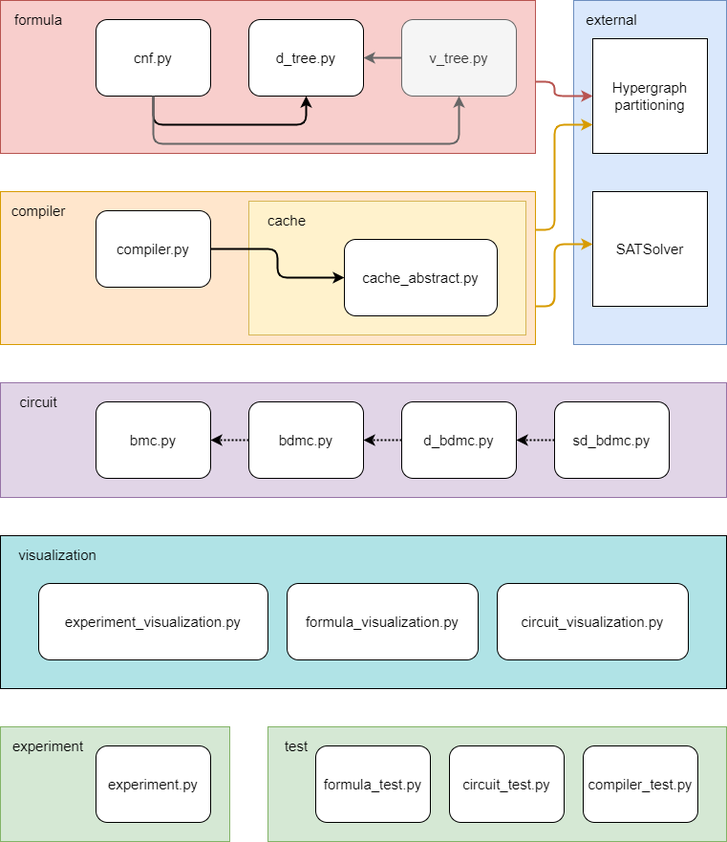
This is images/modules.png from Illner/Cara, a draw.io export, as it was before one commit. Source tidied: cells renumbered, new cells last; positions are measured from the earlier drawing's top-left corner, leaving out a move shared by most shapes.
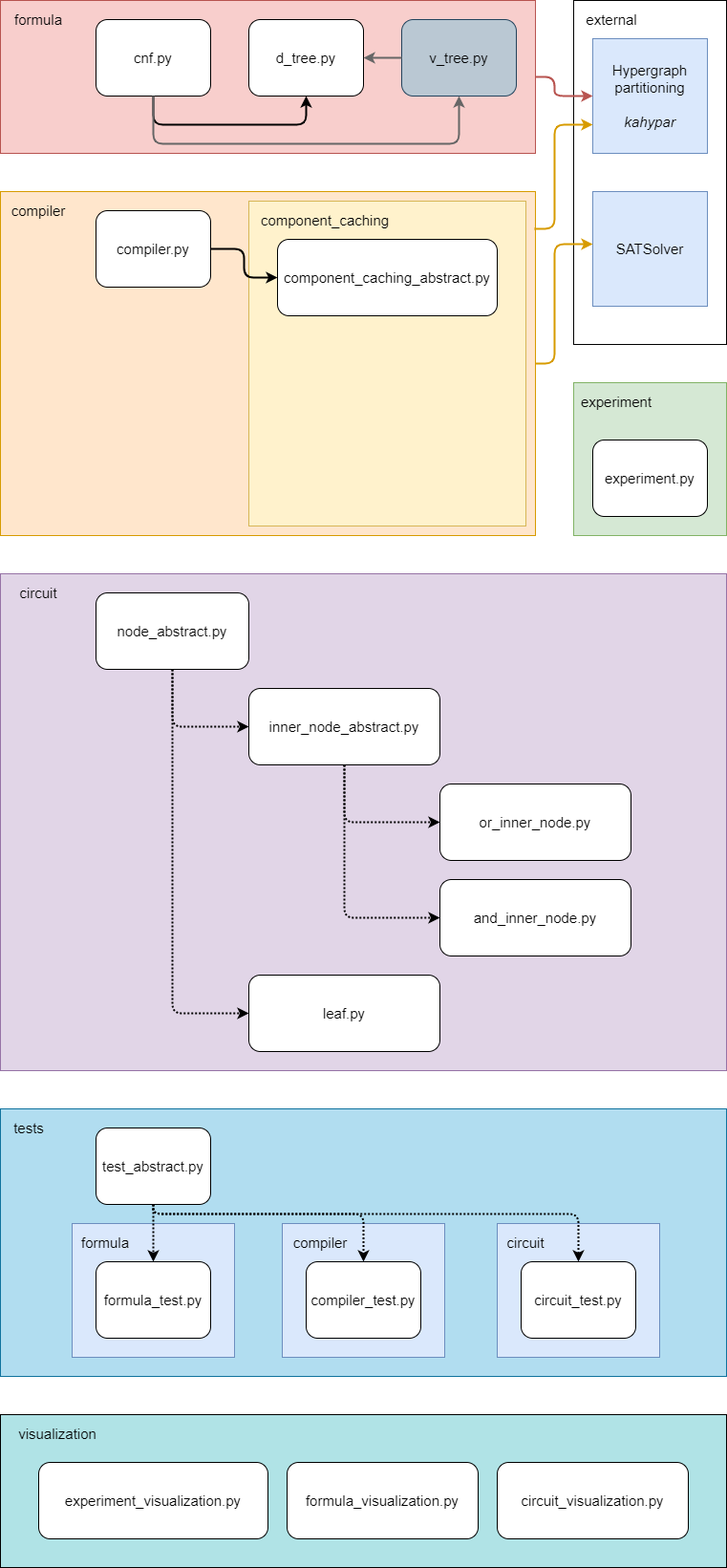
After the commit.

What changed in the source:
```diff
@@ -12,7 +12,7 @@
       <mxGeometry x="100" y="20" width="120" height="80" as="geometry" />
     </mxCell>
     <mxCell id="5" style="rounded=0;whiteSpace=wrap;html=1;fontSize=15;fillColor=#ffe6cc;strokeColor=#d79b00;" parent="1" vertex="1">
-      <mxGeometry y="200" width="560" height="160" as="geometry" />
+      <mxGeometry y="200" width="560" height="360" as="geometry" />
     </mxCell>
     <mxCell id="6" value="compiler" style="text;html=1;strokeColor=none;fillColor=none;align=center;verticalAlign=middle;whiteSpace=wrap;rounded=0;fontSize=15;" parent="1" vertex="1">
       <mxGeometry x="20" y="210" width="40" height="20" as="geometry" />
@@ -21,16 +21,16 @@
       <mxGeometry x="100" y="220" width="120" height="80" as="geometry" />
     </mxCell>
     <mxCell id="8" style="rounded=0;whiteSpace=wrap;html=1;fontSize=15;fillColor=#e1d5e7;strokeColor=#9673a6;" parent="1" vertex="1">
-      <mxGeometry y="400" width="760" height="120" as="geometry" />
+      <mxGeometry y="600" width="760" height="520" as="geometry" />
     </mxCell>
     <mxCell id="9" value="circuit" style="text;html=1;strokeColor=none;fillColor=none;align=center;verticalAlign=middle;whiteSpace=wrap;rounded=0;fontSize=15;" parent="1" vertex="1">
-      <mxGeometry x="20" y="410" width="40" height="20" as="geometry" />
+      <mxGeometry x="20" y="610" width="40" height="20" as="geometry" />
     </mxCell>
-    <mxCell id="10" value="bmc.py" style="rounded=1;whiteSpace=wrap;html=1;fontSize=15;" parent="1" vertex="1">
-      <mxGeometry x="100" y="420" width="120" height="80" as="geometry" />
+    <mxCell id="10" value="node_abstract.py" style="rounded=1;whiteSpace=wrap;html=1;fontSize=15;" parent="1" vertex="1">
+      <mxGeometry x="100" y="620" width="160" height="80" as="geometry" />
     </mxCell>
-    <mxCell id="11" value="bdmc.py" style="rounded=1;whiteSpace=wrap;html=1;fontSize=15;" parent="1" vertex="1">
-      <mxGeometry x="260" y="420" width="120" height="80" as="geometry" />
+    <mxCell id="11" value="inner_node_abstract.py" style="rounded=1;whiteSpace=wrap;html=1;fontSize=15;" parent="1" vertex="1">
+      <mxGeometry x="260" y="720" width="200" height="80" as="geometry" />
     </mxCell>
     <mxCell id="12" value="d_tree.py" style="rounded=1;whiteSpace=wrap;html=1;fontSize=15;" parent="1" vertex="1">
       <mxGeometry x="260" y="20" width="120" height="80" as="geometry" />
@@ -44,7 +44,7 @@
         </Array>
       </mxGeometry>
     </mxCell>
-    <mxCell id="14" value="v_tree.py" style="rounded=1;whiteSpace=wrap;html=1;fontSize=15;fillColor=#f5f5f5;strokeColor=#666666;fontColor=#333333;" parent="1" vertex="1">
+    <mxCell id="14" value="v_tree.py" style="rounded=1;whiteSpace=wrap;html=1;fontSize=15;fillColor=#bac8d3;strokeColor=#23445d;" parent="1" vertex="1">
       <mxGeometry x="420" y="20" width="120" height="80" as="geometry" />
     </mxCell>
     <mxCell id="15" style="edgeStyle=elbowEdgeStyle;elbow=horizontal;endArrow=classic;html=1;strokeWidth=2;fontSize=15;exitX=0.5;exitY=1;exitDx=0;exitDy=0;entryX=0.5;entryY=1;entryDx=0;entryDy=0;fillColor=#f5f5f5;strokeColor=#666666;" parent="1" edge="1" source="4" target="14">
@@ -58,40 +58,38 @@
       <mxGeometry relative="1" as="geometry" />
     </mxCell>
     <mxCell id="17" style="rounded=0;whiteSpace=wrap;html=1;fontSize=15;fillColor=#fff2cc;strokeColor=#d6b656;" parent="1" vertex="1">
-      <mxGeometry x="260" y="210" width="290" height="140" as="geometry" />
+      <mxGeometry x="260" y="210" width="290" height="340" as="geometry" />
     </mxCell>
-    <mxCell id="18" value="cache" style="text;html=1;strokeColor=none;fillColor=none;align=center;verticalAlign=middle;whiteSpace=wrap;rounded=0;fontSize=15;" parent="1" vertex="1">
-      <mxGeometry x="280" y="220" width="40" height="20" as="geometry" />
+    <mxCell id="18" value="component_caching" style="text;html=1;strokeColor=none;fillColor=none;align=center;verticalAlign=middle;whiteSpace=wrap;rounded=0;fontSize=15;" parent="1" vertex="1">
+      <mxGeometry x="320" y="220" width="40" height="20" as="geometry" />
     </mxCell>
-    <mxCell id="19" value="cache_abstract.py" style="rounded=1;whiteSpace=wrap;html=1;fontSize=15;" parent="1" vertex="1">
-      <mxGeometry x="360" y="250" width="160" height="80" as="geometry" />
+    <mxCell id="19" value="component_caching_abstract.py" style="rounded=1;whiteSpace=wrap;html=1;fontSize=15;" parent="1" vertex="1">
+      <mxGeometry x="290" y="250" width="230" height="80" as="geometry" />
     </mxCell>
     <mxCell id="20" style="edgeStyle=elbowEdgeStyle;elbow=horizontal;endArrow=classic;html=1;strokeWidth=2;fontSize=15;exitX=1;exitY=0.5;exitDx=0;exitDy=0;entryX=0;entryY=0.5;entryDx=0;entryDy=0;" parent="1" edge="1" source="7" target="19">
       <mxGeometry relative="1" as="geometry" />
     </mxCell>
-    <mxCell id="21" style="rounded=0;whiteSpace=wrap;html=1;fontSize=15;fillColor=#dae8fc;strokeColor=#6c8ebf;" parent="1" vertex="1">
+    <mxCell id="21" style="rounded=0;whiteSpace=wrap;html=1;fontSize=15;" parent="1" vertex="1">
       <mxGeometry x="600" width="160" height="360" as="geometry" />
     </mxCell>
     <mxCell id="22" value="external" style="text;html=1;strokeColor=none;fillColor=none;align=center;verticalAlign=middle;whiteSpace=wrap;rounded=0;fontSize=15;" parent="1" vertex="1">
       <mxGeometry x="620" y="10" width="40" height="20" as="geometry" />
     </mxCell>
-    <mxCell id="23" value="Hypergraph partitioning" style="rounded=0;whiteSpace=wrap;html=1;fontSize=15;" parent="1" vertex="1">
+    <mxCell id="23" value="Hypergraph partitioning&lt;br&gt;&lt;br&gt;&lt;i&gt;kahypar&lt;/i&gt;" style="rounded=0;whiteSpace=wrap;html=1;fontSize=15;fillColor=#dae8fc;strokeColor=#6c8ebf;" parent="1" vertex="1">
       <mxGeometry x="620" y="40" width="120" height="120" as="geometry" />
     </mxCell>
-    <mxCell id="24" value="SATSolver" style="rounded=0;whiteSpace=wrap;html=1;fontSize=15;" parent="1" vertex="1">
+    <mxCell id="24" value="SATSolver" style="rounded=0;whiteSpace=wrap;html=1;fontSize=15;fillColor=#dae8fc;strokeColor=#6c8ebf;" parent="1" vertex="1">
       <mxGeometry x="620" y="200" width="120" height="120" as="geometry" />
     </mxCell>
-    <mxCell id="25" style="edgeStyle=elbowEdgeStyle;elbow=horizontal;endArrow=classic;html=1;strokeWidth=2;fontSize=15;entryX=0;entryY=0.5;entryDx=0;entryDy=0;fillColor=#f8cecc;strokeColor=#b85450;" parent="1" edge="1" target="23">
+    <mxCell id="25" style="edgeStyle=elbowEdgeStyle;elbow=horizontal;endArrow=classic;html=1;strokeWidth=2;fontSize=15;entryX=0;entryY=0.5;entryDx=0;entryDy=0;fillColor=#f8cecc;strokeColor=#b85450;exitX=1;exitY=0.5;exitDx=0;exitDy=0;" parent="1" edge="1" source="2" target="23">
       <mxGeometry relative="1" as="geometry">
-        <mxPoint x="560" y="85" as="sourcePoint" />
         <Array as="points">
           <mxPoint x="580" y="100" />
         </Array>
       </mxGeometry>
     </mxCell>
-    <mxCell id="26" style="edgeStyle=elbowEdgeStyle;elbow=horizontal;endArrow=classic;html=1;strokeWidth=2;fontSize=15;entryX=0;entryY=0.75;entryDx=0;entryDy=0;fillColor=#ffe6cc;strokeColor=#d79b00;" parent="1" edge="1" target="23">
+    <mxCell id="26" style="edgeStyle=elbowEdgeStyle;elbow=horizontal;endArrow=classic;html=1;strokeWidth=2;fontSize=15;entryX=0;entryY=0.75;entryDx=0;entryDy=0;fillColor=#ffe6cc;strokeColor=#d79b00;exitX=0.998;exitY=0.108;exitDx=0;exitDy=0;exitPerimeter=0;" parent="1" edge="1" source="5" target="23">
       <mxGeometry relative="1" as="geometry">
-        <mxPoint x="560" y="240" as="sourcePoint" />
         <Array as="points">
           <mxPoint x="580" y="190" />
           <mxPoint x="570" y="210" />
@@ -99,7 +97,7 @@
         </Array>
       </mxGeometry>
     </mxCell>
-    <mxCell id="27" style="edgeStyle=elbowEdgeStyle;elbow=horizontal;endArrow=classic;html=1;strokeWidth=2;fontSize=15;exitX=1;exitY=0.75;exitDx=0;exitDy=0;fillColor=#ffe6cc;strokeColor=#d79b00;" parent="1" edge="1" source="5">
+    <mxCell id="27" style="edgeStyle=elbowEdgeStyle;elbow=horizontal;endArrow=classic;html=1;strokeWidth=2;fontSize=15;exitX=1;exitY=0.5;exitDx=0;exitDy=0;fillColor=#ffe6cc;strokeColor=#d79b00;" parent="1" edge="1" source="5">
       <mxGeometry relative="1" as="geometry">
         <mxPoint x="620" y="255" as="targetPoint" />
         <Array as="points">
@@ -107,59 +105,121 @@
         </Array>
       </mxGeometry>
     </mxCell>
-    <mxCell id="28" value="d_bdmc.py" style="rounded=1;whiteSpace=wrap;html=1;fontSize=15;" parent="1" vertex="1">
-      <mxGeometry x="420" y="420" width="120" height="80" as="geometry" />
-    </mxCell>
-    <mxCell id="29" style="endArrow=classic;html=1;strokeWidth=2;fontSize=15;rounded=1;entryX=1;entryY=0.5;entryDx=0;entryDy=0;exitX=0;exitY=0.5;exitDx=0;exitDy=0;dashed=1;dashPattern=1 1;" parent="1" edge="1" source="11" target="10">
-      <mxGeometry relative="1" as="geometry" />
-    </mxCell>
-    <mxCell id="30" style="endArrow=classic;html=1;dashed=1;dashPattern=1 1;strokeColor=#000000;strokeWidth=2;fontSize=15;entryX=1;entryY=0.5;entryDx=0;entryDy=0;exitX=0;exitY=0.5;exitDx=0;exitDy=0;" parent="1" edge="1" source="28" target="11">
-      <mxGeometry relative="1" as="geometry" />
-    </mxCell>
-    <mxCell id="31" value="sd_bdmc.py" style="rounded=1;whiteSpace=wrap;html=1;fontSize=15;" parent="1" vertex="1">
-      <mxGeometry x="580" y="420" width="120" height="80" as="geometry" />
-    </mxCell>
-    <mxCell id="32" style="endArrow=classic;html=1;dashed=1;dashPattern=1 1;strokeColor=#000000;strokeWidth=2;fontSize=15;entryX=1;entryY=0.5;entryDx=0;entryDy=0;exitX=0;exitY=0.5;exitDx=0;exitDy=0;" parent="1" edge="1" source="31" target="28">
-      <mxGeometry relative="1" as="geometry" />
-    </mxCell>
     <mxCell id="33" style="rounded=0;whiteSpace=wrap;html=1;fontSize=15;fillColor=#d5e8d4;strokeColor=#82b366;" parent="1" vertex="1">
-      <mxGeometry y="760" width="240" height="120" as="geometry" />
+      <mxGeometry x="600" y="400" width="160" height="160" as="geometry" />
     </mxCell>
     <mxCell id="34" value="experiment" style="text;html=1;strokeColor=none;fillColor=none;align=center;verticalAlign=middle;whiteSpace=wrap;rounded=0;fontSize=15;" parent="1" vertex="1">
-      <mxGeometry x="30" y="770" width="40" height="20" as="geometry" />
+      <mxGeometry x="625" y="410" width="40" height="20" as="geometry" />
     </mxCell>
     <mxCell id="35" value="experiment.py" style="rounded=1;whiteSpace=wrap;html=1;fontSize=15;" parent="1" vertex="1">
-      <mxGeometry x="100" y="780" width="120" height="80" as="geometry" />
+      <mxGeometry x="620" y="460" width="120" height="80" as="geometry" />
     </mxCell>
     <mxCell id="36" style="rounded=0;whiteSpace=wrap;html=1;fontSize=15;fillColor=#b0e3e6;" parent="1" vertex="1">
-      <mxGeometry y="560" width="760" height="160" as="geometry" />
+      <mxGeometry y="1480" width="760" height="160" as="geometry" />
     </mxCell>
     <mxCell id="37" value="visualization" style="text;html=1;strokeColor=none;fillColor=none;align=center;verticalAlign=middle;whiteSpace=wrap;rounded=0;fontSize=15;" parent="1" vertex="1">
-      <mxGeometry x="40" y="570" width="40" height="20" as="geometry" />
+      <mxGeometry x="40" y="1490" width="40" height="20" as="geometry" />
     </mxCell>
     <mxCell id="38" value="experiment_visualization.py" style="rounded=1;whiteSpace=wrap;html=1;fontSize=15;" parent="1" vertex="1">
-      <mxGeometry x="40" y="610" width="240" height="80" as="geometry" />
+      <mxGeometry x="40" y="1530" width="240" height="80" as="geometry" />
     </mxCell>
     <mxCell id="39" value="formula_visualization.py" style="rounded=1;whiteSpace=wrap;html=1;fontSize=15;" parent="1" vertex="1">
-      <mxGeometry x="300" y="610" width="200" height="80" as="geometry" />
+      <mxGeometry x="300" y="1530" width="200" height="80" as="geometry" />
     </mxCell>
     <mxCell id="40" value="circuit_visualization.py" style="rounded=1;whiteSpace=wrap;html=1;fontSize=15;" parent="1" vertex="1">
-      <mxGeometry x="520" y="610" width="200" height="80" as="geometry" />
+      <mxGeometry x="520" y="1530" width="200" height="80" as="geometry" />
     </mxCell>
-    <mxCell id="41" style="rounded=0;whiteSpace=wrap;html=1;fontSize=15;fillColor=#d5e8d4;strokeColor=#82b366;" parent="1" vertex="1">
-      <mxGeometry x="280" y="760" width="480" height="120" as="geometry" />
+    <mxCell id="41" style="rounded=0;whiteSpace=wrap;html=1;fontSize=15;fillColor=#b1ddf0;strokeColor=#10739e;" parent="1" vertex="1">
+      <mxGeometry y="1160" width="760" height="280" as="geometry" />
     </mxCell>
-    <mxCell id="42" value="test" style="text;html=1;strokeColor=none;fillColor=none;align=center;verticalAlign=middle;whiteSpace=wrap;rounded=0;fontSize=15;" parent="1" vertex="1">
-      <mxGeometry x="290" y="770" width="40" height="20" as="geometry" />
+    <mxCell id="42" value="tests" style="text;html=1;strokeColor=none;fillColor=none;align=center;verticalAlign=middle;whiteSpace=wrap;rounded=0;fontSize=15;" parent="1" vertex="1">
+      <mxGeometry x="10" y="1170" width="40" height="20" as="geometry" />
     </mxCell>
-    <mxCell id="43" value="formula_test.py" style="rounded=1;whiteSpace=wrap;html=1;fontSize=15;" parent="1" vertex="1">
-      <mxGeometry x="330" y="780" width="120" height="80" as="geometry" />
+    <mxCell id="43" value="test_abstract.py" style="rounded=1;whiteSpace=wrap;html=1;fontSize=15;" parent="1" vertex="1">
+      <mxGeometry x="100" y="1180" width="120" height="80" as="geometry" />
     </mxCell>
+    <mxCell id="46" style="rounded=0;whiteSpace=wrap;html=1;strokeColor=#6c8ebf;fillColor=#dae8fc;" parent="1" vertex="1">
+      <mxGeometry x="75" y="1280" width="170" height="140" as="geometry" />
+    </mxCell>
+    <mxCell id="47" value="formula_test.py" style="rounded=1;whiteSpace=wrap;html=1;fontSize=15;" parent="1" vertex="1">
+      <mxGeometry x="100" y="1320" width="120" height="80" as="geometry" />
+    </mxCell>
+    <mxCell id="48" value="formula" style="text;html=1;strokeColor=none;fillColor=none;align=center;verticalAlign=middle;whiteSpace=wrap;rounded=0;fontSize=15;" parent="1" vertex="1">
+      <mxGeometry x="90" y="1290" width="40" height="20" as="geometry" />
+    </mxCell>
+    <mxCell id="49" style="rounded=0;whiteSpace=wrap;html=1;strokeColor=#6c8ebf;fillColor=#dae8fc;" parent="1" vertex="1">
+      <mxGeometry x="295" y="1280" width="170" height="140" as="geometry" />
+    </mxCell>
+    <mxCell id="50" style="rounded=0;whiteSpace=wrap;html=1;strokeColor=#6c8ebf;fillColor=#dae8fc;" parent="1" vertex="1">
+      <mxGeometry x="520" y="1280" width="170" height="140" as="geometry" />
+    </mxCell>
     <mxCell id="44" value="circuit_test.py" style="rounded=1;whiteSpace=wrap;html=1;fontSize=15;" parent="1" vertex="1">
-      <mxGeometry x="470" y="780" width="120" height="80" as="geometry" />
+      <mxGeometry x="545" y="1320" width="120" height="80" as="geometry" />
     </mxCell>
     <mxCell id="45" value="compiler_test.py" style="rounded=1;whiteSpace=wrap;html=1;fontSize=15;" parent="1" vertex="1">
-      <mxGeometry x="610" y="780" width="120" height="80" as="geometry" />
+      <mxGeometry x="320" y="1320" width="120" height="80" as="geometry" />
     </mxCell>
+    <mxCell id="51" value="compiler" style="text;html=1;strokeColor=none;fillColor=none;align=center;verticalAlign=middle;whiteSpace=wrap;rounded=0;fontSize=15;" parent="1" vertex="1">
+      <mxGeometry x="315" y="1290" width="40" height="20" as="geometry" />
+    </mxCell>
+    <mxCell id="52" value="circuit" style="text;html=1;strokeColor=none;fillColor=none;align=center;verticalAlign=middle;whiteSpace=wrap;rounded=0;fontSize=15;" parent="1" vertex="1">
+      <mxGeometry x="530" y="1290" width="40" height="20" as="geometry" />
+    </mxCell>
+    <mxCell id="53" style="edgeStyle=elbowEdgeStyle;elbow=vertical;endArrow=classic;html=1;fontColor=#FFFFFF;exitX=0.5;exitY=1;exitDx=0;exitDy=0;entryX=0.5;entryY=0;entryDx=0;entryDy=0;strokeWidth=2;dashed=1;dashPattern=1 1;" parent="1" edge="1" source="43" target="45">
+      <mxGeometry relative="1" as="geometry">
+        <Array as="points">
+          <mxPoint x="270" y="1270" />
+        </Array>
+      </mxGeometry>
+    </mxCell>
+    <mxCell id="54" style="edgeStyle=elbowEdgeStyle;elbow=vertical;endArrow=classic;html=1;fontColor=#FFFFFF;exitX=0.5;exitY=1;exitDx=0;exitDy=0;entryX=0.5;entryY=0;entryDx=0;entryDy=0;strokeWidth=2;dashed=1;dashPattern=1 1;" parent="1" edge="1" source="43" target="44">
+      <mxGeometry relative="1" as="geometry">
+        <Array as="points">
+          <mxPoint x="370" y="1270" />
+          <mxPoint x="430" y="1200" />
+        </Array>
+      </mxGeometry>
+    </mxCell>
+    <mxCell id="55" style="endArrow=classic;html=1;dashed=1;dashPattern=1 1;strokeWidth=2;fontColor=#FFFFFF;exitX=0.5;exitY=1;exitDx=0;exitDy=0;entryX=0.5;entryY=0;entryDx=0;entryDy=0;" parent="1" edge="1" source="43" target="47">
+      <mxGeometry relative="1" as="geometry" />
+    </mxCell>
+    <mxCell id="56" value="or_inner_node.py" style="rounded=1;whiteSpace=wrap;html=1;fontSize=15;" parent="1" vertex="1">
+      <mxGeometry x="460" y="820" width="200" height="80" as="geometry" />
+    </mxCell>
+    <mxCell id="57" value="and_inner_node.py" style="rounded=1;whiteSpace=wrap;html=1;fontSize=15;" parent="1" vertex="1">
+      <mxGeometry x="460" y="920" width="200" height="80" as="geometry" />
+    </mxCell>
+    <mxCell id="58" value="leaf.py" style="rounded=1;whiteSpace=wrap;html=1;fontSize=15;" parent="1" vertex="1">
+      <mxGeometry x="260" y="1020" width="200" height="80" as="geometry" />
+    </mxCell>
+    <mxCell id="59" style="edgeStyle=elbowEdgeStyle;elbow=horizontal;endArrow=classic;html=1;dashed=1;dashPattern=1 1;strokeWidth=2;fontColor=#FFFFFF;exitX=0.5;exitY=1;exitDx=0;exitDy=0;entryX=0;entryY=0.5;entryDx=0;entryDy=0;" parent="1" edge="1" source="10" target="11">
+      <mxGeometry relative="1" as="geometry">
+        <Array as="points">
+          <mxPoint x="180" y="720" />
+          <mxPoint x="220" y="740" />
+        </Array>
+      </mxGeometry>
+    </mxCell>
+    <mxCell id="60" style="edgeStyle=elbowEdgeStyle;elbow=horizontal;endArrow=classic;html=1;dashed=1;dashPattern=1 1;strokeWidth=2;fontColor=#FFFFFF;exitX=0.5;exitY=1;exitDx=0;exitDy=0;entryX=0;entryY=0.5;entryDx=0;entryDy=0;" parent="1" edge="1" source="11" target="56">
+      <mxGeometry relative="1" as="geometry">
+        <Array as="points">
+          <mxPoint x="360" y="860" />
+        </Array>
+      </mxGeometry>
+    </mxCell>
+    <mxCell id="61" style="edgeStyle=elbowEdgeStyle;elbow=horizontal;endArrow=classic;html=1;dashed=1;dashPattern=1 1;strokeWidth=2;fontColor=#FFFFFF;entryX=0;entryY=0.5;entryDx=0;entryDy=0;exitX=0.5;exitY=1;exitDx=0;exitDy=0;" parent="1" edge="1" source="11" target="57">
+      <mxGeometry relative="1" as="geometry">
+        <Array as="points">
+          <mxPoint x="360" y="930" />
+        </Array>
+      </mxGeometry>
+    </mxCell>
+    <mxCell id="62" style="edgeStyle=elbowEdgeStyle;elbow=horizontal;endArrow=classic;html=1;dashed=1;dashPattern=1 1;strokeWidth=2;fontColor=#FFFFFF;exitX=0.5;exitY=1;exitDx=0;exitDy=0;entryX=0;entryY=0.5;entryDx=0;entryDy=0;" parent="1" edge="1" source="10" target="58">
+      <mxGeometry relative="1" as="geometry">
+        <Array as="points">
+          <mxPoint x="180" y="1040" />
+        </Array>
+      </mxGeometry>
+    </mxCell>
   </root>
 </mxGraphModel>
```
